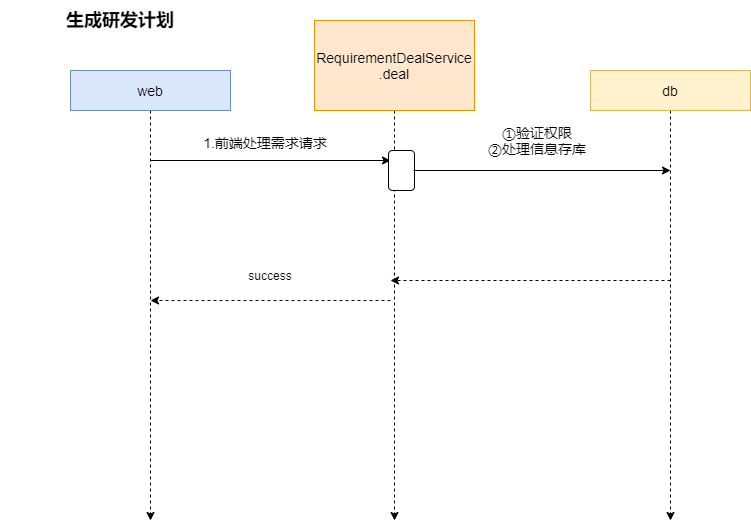
Before: Company/develop_plan.png, a diagram exported from draw.io (LePeitiPrince/note-picture). Source tidied: cells renumbered, new cells last; positions are measured from the earlier drawing's top-left corner, leaving out a move shared by most shapes. The source it was exported from:
```xml
<mxGraphModel>
  <root>
    <mxCell id="0" />
    <mxCell id="1" parent="0" />
    <mxCell id="2" style="edgeStyle=orthogonalEdgeStyle;rounded=0;jettySize=auto;html=1;exitX=0.5;exitY=1;exitDx=0;exitDy=0;fontSize=14;dashed=1;" parent="1" edge="1" source="3">
      <mxGeometry relative="1" as="geometry">
        <mxPoint x="150" y="520" as="targetPoint" />
      </mxGeometry>
    </mxCell>
    <mxCell id="3" value="web" style="rounded=0;whiteSpace=wrap;html=1;fontSize=14;fillColor=#dae8fc;strokeColor=#6c8ebf;" parent="1" vertex="1">
      <mxGeometry x="70" y="70" width="160" height="40" as="geometry" />
    </mxCell>
    <mxCell id="4" style="edgeStyle=orthogonalEdgeStyle;rounded=0;jettySize=auto;html=1;exitX=0.5;exitY=1;exitDx=0;exitDy=0;fontSize=14;dashed=1;" parent="1" edge="1" source="5">
      <mxGeometry relative="1" as="geometry">
        <mxPoint x="394" y="520" as="targetPoint" />
      </mxGeometry>
    </mxCell>
    <mxCell id="5" value="RequirementDealService&lt;br&gt;.deal" style="rounded=0;whiteSpace=wrap;html=1;fontSize=14;fillColor=#ffe6cc;strokeColor=#d79b00;" parent="1" vertex="1">
      <mxGeometry x="314" y="20" width="160" height="90" as="geometry" />
    </mxCell>
    <mxCell id="6" style="edgeStyle=orthogonalEdgeStyle;rounded=0;jettySize=auto;html=1;exitX=0.5;exitY=1;exitDx=0;exitDy=0;fontSize=14;dashed=1;" parent="1" edge="1" source="7">
      <mxGeometry relative="1" as="geometry">
        <mxPoint x="670" y="520" as="targetPoint" />
      </mxGeometry>
    </mxCell>
    <mxCell id="7" value="db" style="rounded=0;whiteSpace=wrap;html=1;fontSize=14;fillColor=#fff2cc;strokeColor=#d6b656;" parent="1" vertex="1">
      <mxGeometry x="590" y="70" width="160" height="40" as="geometry" />
    </mxCell>
    <mxCell id="8" style="endArrow=classic;html=1;rounded=0;fontSize=14;" parent="1" edge="1">
      <mxGeometry relative="1" as="geometry">
        <mxPoint x="150" y="160" as="sourcePoint" />
        <mxPoint x="390" y="160" as="targetPoint" />
      </mxGeometry>
    </mxCell>
    <mxCell id="9" value="1.前端处理需求请求" style="text;html=1;strokeColor=none;fillColor=none;align=center;verticalAlign=middle;whiteSpace=wrap;rounded=0;fontSize=14;" parent="1" vertex="1">
      <mxGeometry x="170" y="127" width="190" height="30" as="geometry" />
    </mxCell>
    <mxCell id="10" style="rounded=1;whiteSpace=wrap;html=1;fontSize=14;" parent="1" vertex="1">
      <mxGeometry x="388" y="150" width="26" height="40" as="geometry" />
    </mxCell>
    <mxCell id="11" style="endArrow=classic;html=1;rounded=0;fontSize=14;" parent="1" edge="1">
      <mxGeometry relative="1" as="geometry">
        <mxPoint x="413" y="170" as="sourcePoint" />
        <mxPoint x="670" y="170" as="targetPoint" />
      </mxGeometry>
    </mxCell>
    <mxCell id="12" value="①验证权限&lt;br style=&quot;font-size: 14px&quot;&gt;②处理信息存库" style="text;html=1;strokeColor=none;fillColor=none;align=center;verticalAlign=middle;whiteSpace=wrap;rounded=0;fontSize=14;" parent="1" vertex="1">
      <mxGeometry x="427" y="125" width="220" height="30" as="geometry" />
    </mxCell>
    <mxCell id="13" style="endArrow=classic;html=1;rounded=0;fontSize=12;dashed=1;" parent="1" edge="1">
      <mxGeometry relative="1" as="geometry">
        <mxPoint x="670" y="280" as="sourcePoint" />
        <mxPoint x="390" y="280" as="targetPoint" />
      </mxGeometry>
    </mxCell>
    <mxCell id="14" style="endArrow=classic;html=1;rounded=0;dashed=1;fontSize=12;" parent="1" edge="1">
      <mxGeometry relative="1" as="geometry">
        <mxPoint x="390" y="300" as="sourcePoint" />
        <mxPoint x="150" y="300" as="targetPoint" />
      </mxGeometry>
    </mxCell>
    <mxCell id="15" value="success" style="text;html=1;strokeColor=none;fillColor=none;align=center;verticalAlign=middle;whiteSpace=wrap;rounded=0;fontSize=12;" parent="1" vertex="1">
      <mxGeometry x="240" y="260" width="60" height="30" as="geometry" />
    </mxCell>
    <mxCell id="16" value="生成研发计划" style="text;html=1;strokeColor=none;fillColor=none;align=center;verticalAlign=middle;whiteSpace=wrap;rounded=0;labelBackgroundColor=#FFFFFF;fontSize=18;fontStyle=1;" parent="1" vertex="1">
      <mxGeometry width="240" height="40" as="geometry" />
    </mxCell>
  </root>
</mxGraphModel>
```
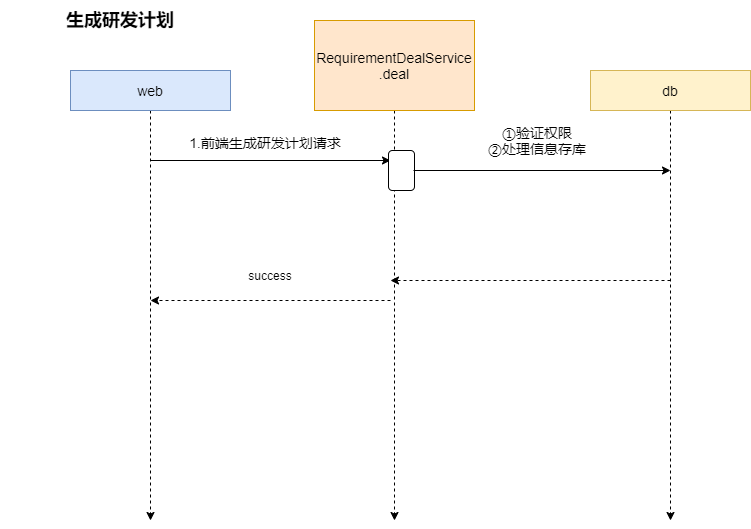
The same file after the commit.

What changed in the source:
```diff
@@ -32,7 +32,7 @@
         <mxPoint x="390" y="160" as="targetPoint" />
       </mxGeometry>
     </mxCell>
-    <mxCell id="9" value="1.前端处理需求请求" style="text;html=1;strokeColor=none;fillColor=none;align=center;verticalAlign=middle;whiteSpace=wrap;rounded=0;fontSize=14;" parent="1" vertex="1">
+    <mxCell id="9" value="1.前端生成研发计划请求" style="text;html=1;strokeColor=none;fillColor=none;align=center;verticalAlign=middle;whiteSpace=wrap;rounded=0;fontSize=14;" parent="1" vertex="1">
       <mxGeometry x="170" y="127" width="190" height="30" as="geometry" />
     </mxCell>
     <mxCell id="10" style="rounded=1;whiteSpace=wrap;html=1;fontSize=14;" parent="1" vertex="1">
```
